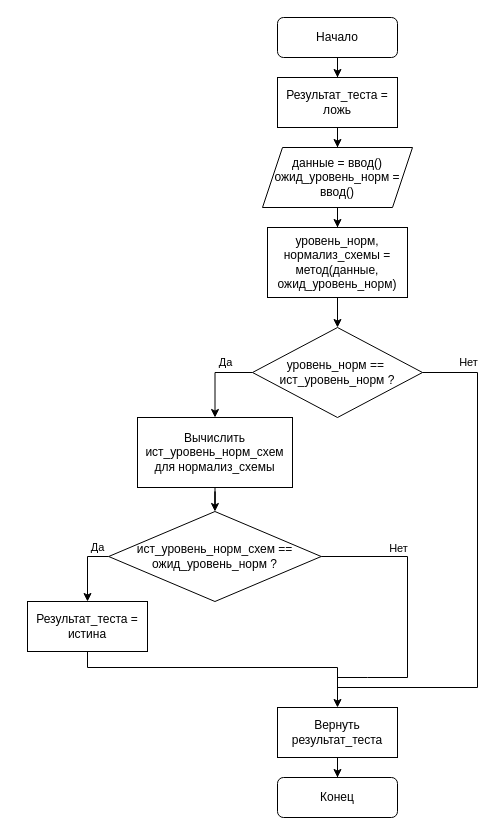
This is blackbox_testing_alg.drawio from sampletext117/auto_normalization, a draw.io file, before an edit. Source tidied: cells renumbered, new cells numbered last; positions are measured from the earlier drawing's top-left corner, leaving out a move shared by most shapes. Both pictures are drawn from the tidied source at 100%, with x=0, y=0 at pixel (27, 17).
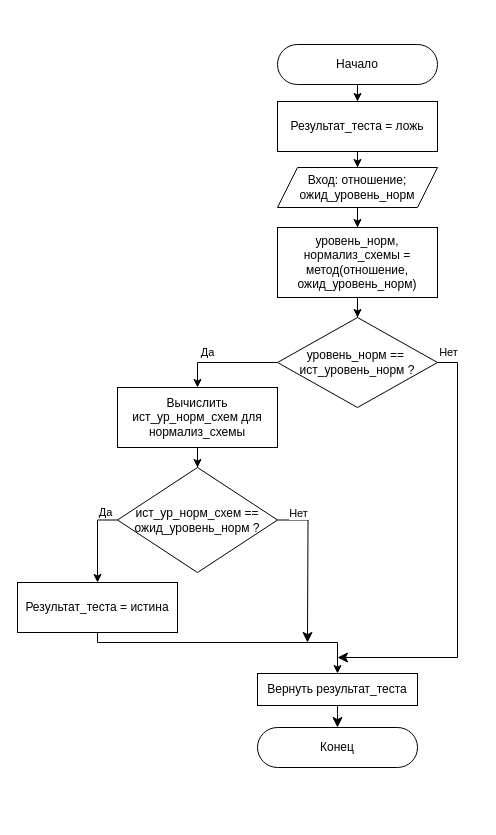
The same page after the edit.

The change refers to these unchanged cells:
```xml
<mxCell id="10" style="edgeStyle=orthogonalEdgeStyle;rounded=0;jettySize=auto;html=1;entryX=0.5;entryY=0;entryDx=0;entryDy=0;exitX=0;exitY=0.5;exitDx=0;exitDy=0;" parent="1" edge="1" source="12" target="14">
  <mxGeometry relative="1" as="geometry" />
</mxCell>
```

What changed in the source:
```diff
@@
-    <mxCell id="3" value="Начало" style="rounded=1;whiteSpace=wrap;html=1;fontSize=12;glass=0;strokeWidth=1;shadow=0;" parent="1" vertex="1">
-      <mxGeometry x="250" width="120" height="40" as="geometry" />
+    <mxCell id="3" value="Начало" style="rounded=1;whiteSpace=wrap;html=1;fontSize=12;glass=0;strokeWidth=1;shadow=0;arcSize=50;" parent="1" vertex="1">
+      <mxGeometry x="250" y="27" width="160" height="40" as="geometry" />
     </mxCell>
@@
     <mxCell id="5" value="Результат_теста = ложь" style="rounded=0;whiteSpace=wrap;html=1;" parent="1" vertex="1">
-      <mxGeometry x="250" y="60" width="120" height="50" as="geometry" />
+      <mxGeometry x="250" y="84" width="160" height="50" as="geometry" />
     </mxCell>
@@
-    <mxCell id="7" value="уровень_норм, нормализ_схемы = метод(данные, ожид_уровень_норм)" style="rounded=0;whiteSpace=wrap;html=1;" parent="1" vertex="1">
-      <mxGeometry x="240" y="210" width="140" height="70" as="geometry" />
+    <mxCell id="7" value="уровень_норм, нормализ_схемы = метод(отношение, ожид_уровень_норм)" style="rounded=0;whiteSpace=wrap;html=1;" parent="1" vertex="1">
+      <mxGeometry x="250" y="210" width="160" height="70" as="geometry" />
     </mxCell>
@@
-    <mxCell id="9" value="данные = ввод()&lt;div&gt;ожид_уровень_норм = ввод()&lt;/div&gt;" style="shape=parallelogram;perimeter=parallelogramPerimeter;whiteSpace=wrap;html=1;fixedSize=1;" parent="1" vertex="1">
-      <mxGeometry x="235" y="130" width="150" height="60" as="geometry" />
+    <mxCell id="9" value="Вход: отношение;&lt;br&gt;&lt;div&gt;ожид_уровень_норм&lt;/div&gt;" style="shape=parallelogram;perimeter=parallelogramPerimeter;whiteSpace=wrap;html=1;fixedSize=1;" parent="1" vertex="1">
+      <mxGeometry x="250" y="150" width="160" height="40" as="geometry" />
     </mxCell>
@@
     <mxCell id="11" value="Да" style="edgeLabel;html=1;align=center;verticalAlign=middle;" parent="10" vertex="1">
       <mxGeometry x="0.72" y="-1" relative="1" as="geometry">
-        <mxPoint x="11" y="-44" as="offset" />
+        <mxPoint x="10" y="-21" as="offset" />
       </mxGeometry>
     </mxCell>
+    <mxCell id="27" style="edgeStyle=orthogonalEdgeStyle;rounded=0;jettySize=auto;html=1;fontSize=12;startSize=8;endSize=8;exitX=1;exitY=0.5;exitDx=0;exitDy=0;" parent="1" edge="1" source="12">
+      <mxGeometry relative="1" as="geometry">
+        <mxPoint x="310" y="640" as="targetPoint" />
+        <Array as="points">
+          <mxPoint x="430" y="345" />
+          <mxPoint x="430" y="640" />
+        </Array>
+      </mxGeometry>
+    </mxCell>
     <mxCell id="12" value="уровень_норм ==&amp;nbsp;&lt;div&gt;ист_уровень_норм ?&lt;/div&gt;" style="rhombus;whiteSpace=wrap;html=1;" parent="1" vertex="1">
-      <mxGeometry x="225" y="310" width="170" height="90" as="geometry" />
+      <mxGeometry x="250" y="300" width="160" height="90" as="geometry" />
     </mxCell>
@@
-    <mxCell id="14" value="Вычислить ист_уровень_норм_схем для нормализ_схемы" style="rounded=0;whiteSpace=wrap;html=1;" parent="1" vertex="1">
-      <mxGeometry x="110" y="400" width="155" height="70" as="geometry" />
+    <mxCell id="14" value="Вычислить ист_ур_норм_схем для нормализ_схемы" style="rounded=0;whiteSpace=wrap;html=1;" parent="1" vertex="1">
+      <mxGeometry x="90" y="370" width="160" height="60" as="geometry" />
     </mxCell>
     <mxCell id="15" style="edgeStyle=orthogonalEdgeStyle;rounded=0;jettySize=auto;html=1;entryX=0.5;entryY=0;entryDx=0;entryDy=0;exitX=0;exitY=0.5;exitDx=0;exitDy=0;" parent="1" edge="1" source="17" target="19">
       <mxGeometry relative="1" as="geometry">
         <Array as="points">
-          <mxPoint x="60" y="539" />
+          <mxPoint x="70" y="502" />
         </Array>
       </mxGeometry>
     </mxCell>
     <mxCell id="16" value="Да" style="edgeLabel;html=1;align=center;verticalAlign=middle;" parent="15" vertex="1">
       <mxGeometry x="-0.26" relative="1" as="geometry">
-        <mxPoint x="9" y="-12" as="offset" />
+        <mxPoint x="7" y="-19" as="offset" />
       </mxGeometry>
     </mxCell>
+    <mxCell id="28" style="edgeStyle=orthogonalEdgeStyle;rounded=0;jettySize=auto;html=1;fontSize=12;startSize=8;endSize=8;exitX=1;exitY=0.5;exitDx=0;exitDy=0;" parent="1" edge="1" source="17">
+      <mxGeometry relative="1" as="geometry">
+        <mxPoint x="280" y="625" as="targetPoint" />
+      </mxGeometry>
+    </mxCell>
-    <mxCell id="17" value="ист_уровень_норм_схем ==&lt;div&gt;ожид_уровень_норм ?&lt;/div&gt;" style="rhombus;whiteSpace=wrap;html=1;" parent="1" vertex="1">
-      <mxGeometry x="81.2" y="494" width="212.5" height="90" as="geometry" />
+    <mxCell id="17" value="ист_ур_норм_схем&amp;nbsp;&lt;span style=&quot;background-color: transparent; color: light-dark(rgb(0, 0, 0), rgb(255, 255, 255));&quot;&gt;==&lt;/span&gt;&lt;div&gt;&lt;div&gt;ожид_уровень_норм ?&lt;/div&gt;&lt;/div&gt;" style="rhombus;whiteSpace=wrap;html=1;" parent="1" vertex="1">
+      <mxGeometry x="90" y="450" width="160" height="105" as="geometry" />
     </mxCell>
     <mxCell id="18" style="edgeStyle=orthogonalEdgeStyle;rounded=0;jettySize=auto;html=1;entryX=0.5;entryY=0;entryDx=0;entryDy=0;exitX=0.5;exitY=1;exitDx=0;exitDy=0;" parent="1" edge="1" source="19" target="21">
       <mxGeometry relative="1" as="geometry">
         <Array as="points">
-          <mxPoint x="60" y="650" />
-          <mxPoint x="310" y="650" />
+          <mxPoint x="70" y="625" />
+          <mxPoint x="310" y="625" />
         </Array>
       </mxGeometry>
     </mxCell>
     <mxCell id="19" value="Результат_теста = истина" style="rounded=0;whiteSpace=wrap;html=1;" parent="1" vertex="1">
-      <mxGeometry y="584" width="120" height="50" as="geometry" />
+      <mxGeometry x="-10" y="565" width="160" height="50" as="geometry" />
     </mxCell>
-    <mxCell id="20" style="edgeStyle=orthogonalEdgeStyle;rounded=0;jettySize=auto;html=1;entryX=0.5;entryY=0;entryDx=0;entryDy=0;" parent="1" edge="1" source="21" target="26">
+    <mxCell id="20" style="edgeStyle=none;curved=1;rounded=0;jettySize=auto;html=1;entryX=0.5;entryY=0;entryDx=0;entryDy=0;fontSize=12;startSize=8;endSize=8;" parent="1" edge="1" source="21" target="26">
       <mxGeometry relative="1" as="geometry" />
     </mxCell>
     <mxCell id="21" value="Вернуть результат_теста" style="rounded=0;whiteSpace=wrap;html=1;" parent="1" vertex="1">
-      <mxGeometry x="250" y="690" width="120" height="50" as="geometry" />
+      <mxGeometry x="230" y="656" width="160" height="32" as="geometry" />
     </mxCell>
-    <mxCell id="22" style="endArrow=none;html=1;rounded=0;entryX=1;entryY=0.5;entryDx=0;entryDy=0;" parent="1" edge="1" target="17">
-      <mxGeometry relative="1" as="geometry">
-        <mxPoint x="310" y="660" as="sourcePoint" />
-        <Array as="points">
-          <mxPoint x="340" y="660" />
-          <mxPoint x="380" y="660" />
-          <mxPoint x="380" y="539" />
-        </Array>
-      </mxGeometry>
-    </mxCell>
-    <mxCell id="23" value="Нет" style="edgeLabel;html=1;align=center;verticalAlign=middle;rotation=0;" parent="22" vertex="1">
-      <mxGeometry x="0.16" relative="1" as="geometry">
-        <mxPoint x="-10" y="-39" as="offset" />
-      </mxGeometry>
-    </mxCell>
-    <mxCell id="24" style="endArrow=none;html=1;rounded=0;entryX=1;entryY=0.5;entryDx=0;entryDy=0;" parent="1" edge="1" target="12">
-      <mxGeometry relative="1" as="geometry">
-        <mxPoint x="310" y="670" as="sourcePoint" />
-        <Array as="points">
-          <mxPoint x="450" y="670" />
-          <mxPoint x="450" y="355" />
-        </Array>
-      </mxGeometry>
-    </mxCell>
-    <mxCell id="25" value="Нет" style="edgeLabel;html=1;align=center;verticalAlign=middle;" parent="24" vertex="1">
-      <mxGeometry x="0.56" y="-1" relative="1" as="geometry">
-        <mxPoint x="-11" y="-68" as="offset" />
-      </mxGeometry>
-    </mxCell>
+    <mxCell id="29" value="Нет" style="edgeLabel;html=1;align=center;verticalAlign=middle;" parent="1" vertex="1">
+      <mxGeometry x="270" y="495" as="geometry" />
+    </mxCell>
+    <mxCell id="30" value="Нет" style="edgeLabel;html=1;align=center;verticalAlign=middle;" parent="1" vertex="1">
+      <mxGeometry x="420" y="334" as="geometry" />
+    </mxCell>
-    <mxCell id="26" value="Конец" style="rounded=1;whiteSpace=wrap;html=1;fontSize=12;glass=0;strokeWidth=1;shadow=0;" parent="1" vertex="1">
-      <mxGeometry x="250" y="760" width="120" height="40" as="geometry" />
+    <mxCell id="26" value="Конец" style="rounded=1;whiteSpace=wrap;html=1;fontSize=12;glass=0;strokeWidth=1;shadow=0;arcSize=50;" parent="1" vertex="1">
+      <mxGeometry x="230" y="710" width="160" height="40" as="geometry" />
     </mxCell>
```
